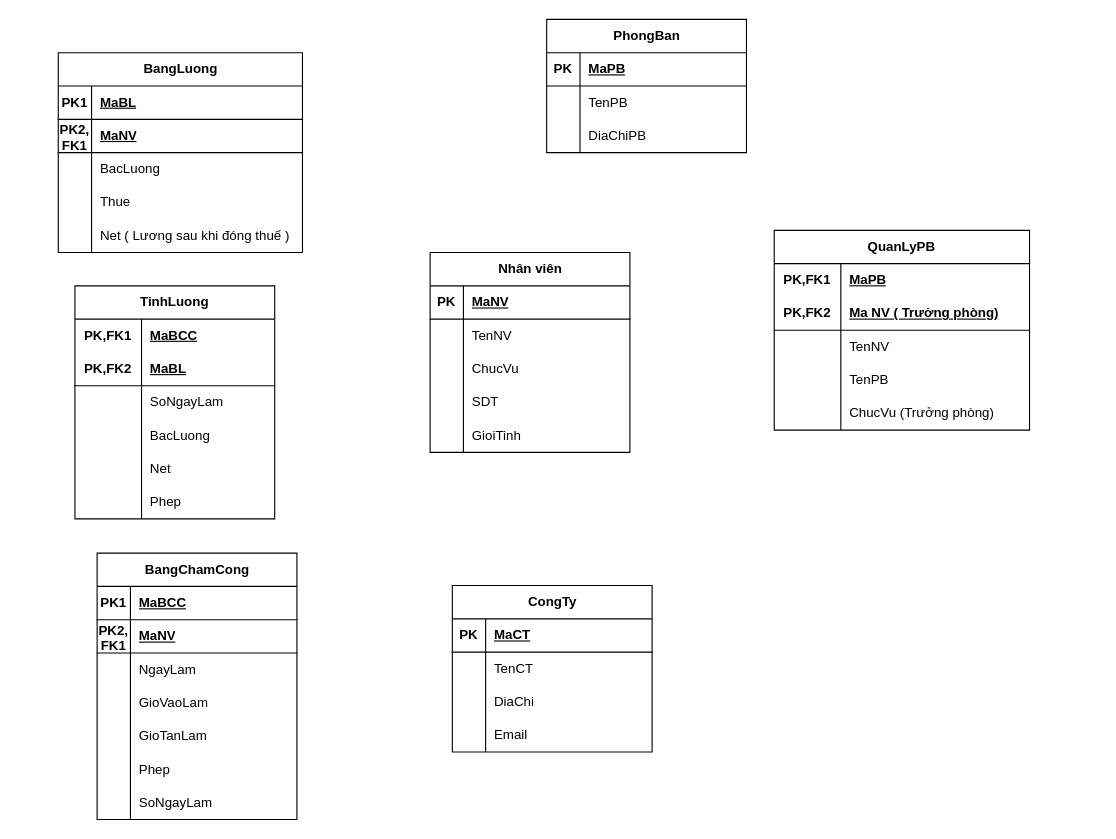
The draw.io diagram page "Trang-2" (2 of 2) of BÀI TẬP THIẾT KẾ SƠ ĐỒ ER.drawio in hine16/hine16.github.io, before the edit. Source tidied: cells renumbered, new cells numbered last; positions are measured from the earlier drawing's top-left corner, leaving out a move shared by most shapes. Both pictures are drawn from the tidied source at 111%, with x=0, y=0 at pixel (58, 19).
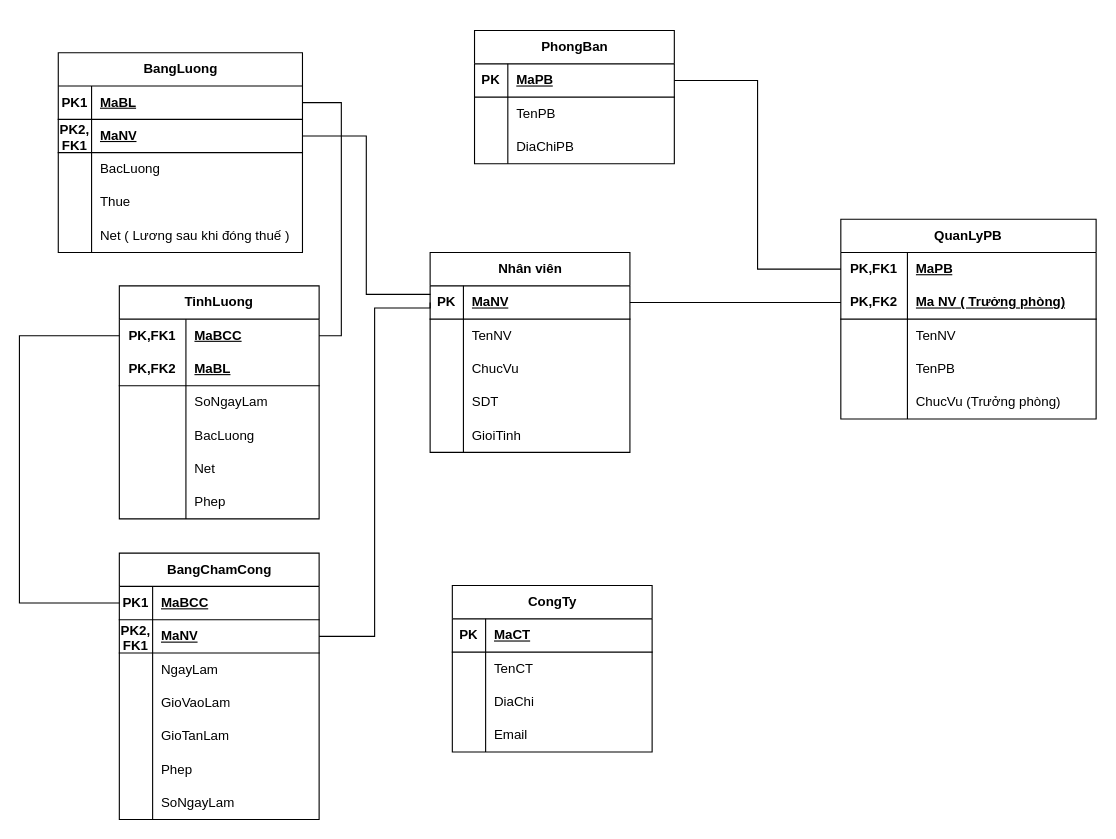
The same page after the edit.

Commit message (it also covers changes not shown here):
Cập nhật BÀI TẬP THIẾT KẾ SƠ ĐỒ ER.drawio

The change refers to these unchanged cells:
```xml
<mxCell id="3" style="shape=tableRow;horizontal=0;startSize=0;swimlaneHead=0;swimlaneBody=0;fillColor=none;points=[[0,0.5],[1,0.5]];portConstraint=eastwest;top=0;left=0;right=0;bottom=1;" parent="2" vertex="1">
  <mxGeometry y="30" width="180" height="30" as="geometry" />
</mxCell>
<mxCell id="32" style="shape=tableRow;horizontal=0;startSize=0;swimlaneHead=0;swimlaneBody=0;fillColor=none;points=[[0,0.5],[1,0.5]];portConstraint=eastwest;top=0;left=0;right=0;bottom=1;" parent="31" vertex="1">
  <mxGeometry y="30" width="180" height="30" as="geometry" />
</mxCell>
<mxCell id="42" style="shape=tableRow;horizontal=0;startSize=0;swimlaneHead=0;swimlaneBody=0;fillColor=none;points=[[0,0.5],[1,0.5]];portConstraint=eastwest;top=0;left=0;right=0;bottom=1;" parent="41" vertex="1">
  <mxGeometry y="30" width="180" height="30" as="geometry" />
</mxCell>
<mxCell id="45" style="shape=tableRow;horizontal=0;startSize=0;swimlaneHead=0;swimlaneBody=0;fillColor=none;points=[[0,0.5],[1,0.5]];portConstraint=eastwest;top=0;left=0;right=0;bottom=1;" parent="41" vertex="1">
  <mxGeometry y="60" width="180" height="30" as="geometry" />
</mxCell>
<mxCell id="63" value="BangLuong" style="shape=table;startSize=30;childLayout=tableLayout;rowLines=0;fontStyle=1;align=center;html=1;" parent="1" vertex="1">
  <mxGeometry y="30" width="220" height="180" as="geometry" />
</mxCell>
<mxCell id="67" style="shape=tableRow;horizontal=0;startSize=0;swimlaneHead=0;swimlaneBody=0;fillColor=none;points=[[0,0.5],[1,0.5]];portConstraint=eastwest;top=0;left=0;right=0;bottom=1;" parent="63" vertex="1">
  <mxGeometry y="60" width="220" height="30" as="geometry" />
</mxCell>
<mxCell id="80" style="shape=tableRow;horizontal=0;startSize=0;swimlaneHead=0;swimlaneBody=0;fillColor=none;points=[[0,0.5],[1,0.5]];portConstraint=eastwest;top=0;left=0;right=0;bottom=0;html=1;" parent="79" vertex="1">
  <mxGeometry y="30" width="180" height="30" as="geometry" />
</mxCell>
<mxCell id="99" style="shape=tableRow;horizontal=0;startSize=0;swimlaneHead=0;swimlaneBody=0;fillColor=none;points=[[0,0.5],[1,0.5]];portConstraint=eastwest;top=0;left=0;right=0;bottom=0;html=1;" parent="98" vertex="1">
  <mxGeometry y="30" width="230" height="30" as="geometry" />
</mxCell>
<mxCell id="102" style="shape=tableRow;horizontal=0;startSize=0;swimlaneHead=0;swimlaneBody=0;fillColor=none;points=[[0,0.5],[1,0.5]];portConstraint=eastwest;top=0;left=0;right=0;bottom=1;html=1;" parent="98" vertex="1">
  <mxGeometry y="60" width="230" height="30" as="geometry" />
</mxCell>
```

Change to the diagram source:
```diff
@@
     <mxCell id="31" value="PhongBan" style="shape=table;startSize=30;childLayout=tableLayout;rowLines=0;fontStyle=1;align=center;html=1;" parent="1" vertex="1">
-      <mxGeometry x="440" width="180" height="120" as="geometry" />
+      <mxGeometry x="375" y="10" width="180" height="120" as="geometry" />
     </mxCell>
@@
     <mxCell id="41" value="BangChamCong" style="shape=table;startSize=30;childLayout=tableLayout;rowLines=0;fontStyle=1;align=center;html=1;" parent="1" vertex="1">
-      <mxGeometry x="35" y="480.8" width="180" height="240" as="geometry" />
+      <mxGeometry x="55" y="480.8" width="180" height="240" as="geometry" />
     </mxCell>
@@
     <mxCell id="79" value="TinhLuong" style="shape=table;startSize=30;childLayout=tableLayout;rowLines=0;fontStyle=1;align=center;html=1;whiteSpace=wrap;" parent="1" vertex="1">
-      <mxGeometry x="15" y="240" width="180" height="210" as="geometry" />
+      <mxGeometry x="55" y="240" width="180" height="210" as="geometry" />
     </mxCell>
@@
     <mxCell id="98" value="QuanLyPB" style="shape=table;startSize=30;childLayout=tableLayout;rowLines=0;fontStyle=1;align=center;html=1;whiteSpace=wrap;" parent="1" vertex="1">
-      <mxGeometry x="645" y="190" width="230" height="180" as="geometry" />
+      <mxGeometry x="705" y="180" width="230" height="180" as="geometry" />
     </mxCell>
@@
+    <mxCell id="114" style="endArrow=none;html=1;rounded=0;exitX=0;exitY=0.5;exitDx=0;exitDy=0;entryX=0;entryY=0.5;entryDx=0;entryDy=0;edgeStyle=orthogonalEdgeStyle;" parent="1" edge="1" source="80" target="42">
+      <mxGeometry relative="1" as="geometry">
+        <Array as="points">
+          <mxPoint x="-35" y="285" />
+          <mxPoint x="-35" y="526" />
+        </Array>
+      </mxGeometry>
+    </mxCell>
+    <mxCell id="115" style="endArrow=none;html=1;rounded=0;exitX=1;exitY=0.5;exitDx=0;exitDy=0;entryX=0;entryY=0.5;entryDx=0;entryDy=0;edgeStyle=orthogonalEdgeStyle;" parent="1" edge="1" source="45" target="3">
+      <mxGeometry relative="1" as="geometry">
+        <Array as="points">
+          <mxPoint x="285" y="556" />
+          <mxPoint x="285" y="260" />
+          <mxPoint x="335" y="260" />
+        </Array>
+      </mxGeometry>
+    </mxCell>
+    <mxCell id="116" style="endArrow=none;html=1;rounded=0;exitX=0.002;exitY=0.257;exitDx=0;exitDy=0;exitPerimeter=0;entryX=1;entryY=0.5;entryDx=0;entryDy=0;edgeStyle=orthogonalEdgeStyle;" parent="1" edge="1" source="3" target="67">
+      <mxGeometry relative="1" as="geometry" />
+    </mxCell>
+    <mxCell id="117" style="endArrow=none;html=1;rounded=0;entryX=1;entryY=0.25;entryDx=0;entryDy=0;exitX=1;exitY=0.5;exitDx=0;exitDy=0;edgeStyle=orthogonalEdgeStyle;" parent="1" edge="1" source="80" target="63">
+      <mxGeometry relative="1" as="geometry">
+        <Array as="points">
+          <mxPoint x="255" y="285" />
+          <mxPoint x="255" y="75" />
+        </Array>
+      </mxGeometry>
+    </mxCell>
+    <mxCell id="118" style="endArrow=none;html=1;rounded=0;entryX=1;entryY=0.5;entryDx=0;entryDy=0;exitX=0;exitY=0.5;exitDx=0;exitDy=0;edgeStyle=orthogonalEdgeStyle;" parent="1" edge="1" source="99" target="32">
+      <mxGeometry relative="1" as="geometry" />
+    </mxCell>
+    <mxCell id="119" style="endArrow=none;html=1;rounded=0;entryX=0;entryY=0.5;entryDx=0;entryDy=0;exitX=1;exitY=0.5;exitDx=0;exitDy=0;edgeStyle=orthogonalEdgeStyle;" parent="1" edge="1" source="3" target="102">
+      <mxGeometry relative="1" as="geometry" />
+    </mxCell>
```
